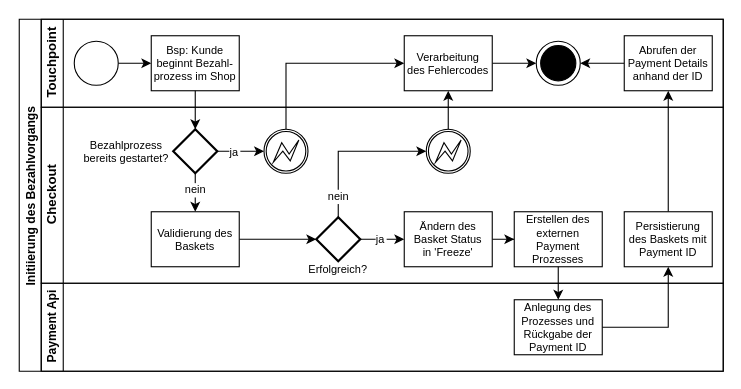
Before: svg/SL InitPayment.drawio in Thalmaier/bachelor-thesis, a draw.io diagram. Source tidied: cells renumbered, new cells numbered last; positions are measured from the earlier drawing's top-left corner, leaving out a move shared by most shapes. Both pictures are drawn from the tidied source at 110%, with x=0, y=0 at pixel (19, 19).
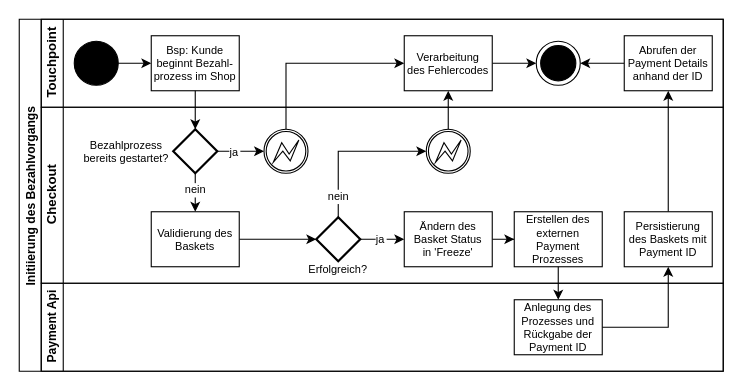
After the change.

The change refers to these unchanged cells:
```xml
<mxCell id="3" value="Touchpoint" style="swimlane;html=1;startSize=20;horizontal=0;fontColor=#000000;strokeColor=#000000;fillColor=none;" parent="2" vertex="1">
  <mxGeometry x="20" width="620" height="80" as="geometry" />
</mxCell>
```

What changed in the source:
```diff
@@
-    <mxCell id="5" style="ellipse;whiteSpace=wrap;html=1;fontColor=#000000;strokeColor=#000000;fillColor=#FFFFFF;" parent="3" vertex="1">
+    <mxCell id="5" style="ellipse;whiteSpace=wrap;html=1;fontColor=#000000;strokeColor=#000000;fillColor=#000000;" parent="3" vertex="1">
       <mxGeometry x="30" y="20" width="40" height="40" as="geometry" />
     </mxCell>
```
